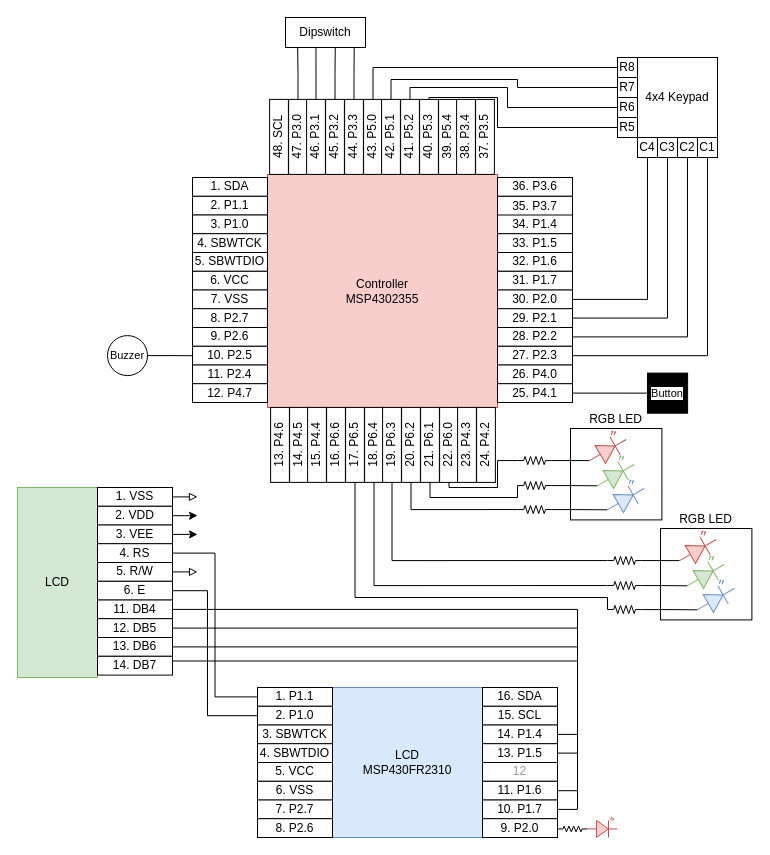
The draw.io diagram page "circuit_diagram" (3 of 3) of docs/assets/final_project_concept.drawio in msu-eele-465/final-project-rlm2002, before the edit. Source tidied: cells renumbered, new cells numbered last; positions are measured from the earlier drawing's top-left corner, leaving out a move shared by most shapes. Both pictures are drawn from the tidied source at 100%, with x=0, y=0 at pixel (17, 17).
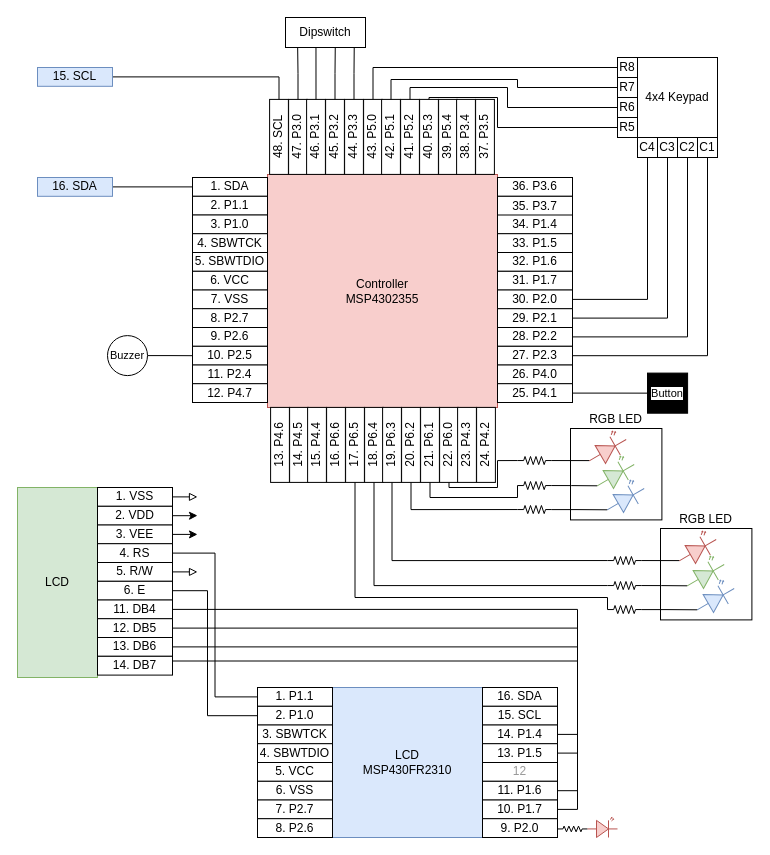
The same diagram, later.

The change refers to these unchanged cells:
```xml
<mxCell id="45" value="1. SDA" style="rounded=0;whiteSpace=wrap;html=1;" parent="1" vertex="1">
  <mxGeometry x="175" y="160" width="75" height="18.8" as="geometry" />
</mxCell>
<mxCell id="85" value="48. SCL" style="rounded=0;whiteSpace=wrap;html=1;rotation=-90;" parent="84" vertex="1">
  <mxGeometry x="-103" y="103" width="75" height="18.8" as="geometry" />
</mxCell>
```

Change to the diagram source:
```diff
@@
+    <mxCell id="150" style="edgeStyle=orthogonalEdgeStyle;shape=connector;rounded=0;jumpStyle=arc;jettySize=auto;html=1;strokeColor=default;align=center;verticalAlign=middle;fontFamily=Helvetica;fontSize=11;fontColor=default;labelBackgroundColor=default;startFill=0;endArrow=none;" parent="1" edge="1" source="45" target="151">
+      <mxGeometry relative="1" as="geometry" />
+    </mxCell>
@@
+    <mxCell id="151" value="16. SDA" style="rounded=0;whiteSpace=wrap;html=1;fillColor=#dae8fc;strokeColor=#6c8ebf;" parent="1" vertex="1">
+      <mxGeometry x="20" y="160" width="75" height="18.8" as="geometry" />
+    </mxCell>
+    <mxCell id="152" style="edgeStyle=orthogonalEdgeStyle;shape=connector;rounded=0;jumpStyle=arc;jettySize=auto;html=1;strokeColor=default;align=center;verticalAlign=middle;fontFamily=Helvetica;fontSize=11;fontColor=default;labelBackgroundColor=default;startFill=0;endArrow=none;exitX=1;exitY=0.5;exitDx=0;exitDy=0;entryX=1;entryY=0.5;entryDx=0;entryDy=0;" parent="1" edge="1" source="85" target="153">
+      <mxGeometry relative="1" as="geometry" />
+    </mxCell>
+    <mxCell id="153" value="15. SCL" style="rounded=0;whiteSpace=wrap;html=1;fillColor=#dae8fc;strokeColor=#6c8ebf;" parent="1" vertex="1">
+      <mxGeometry x="20" y="50" width="75" height="18.8" as="geometry" />
+    </mxCell>
```
